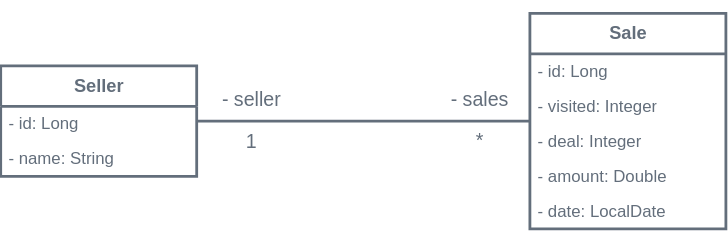
This is .assets/conceptual-model.svg from diegovinci/dsvendas, a draw.io export, as it was before one commit. Source tidied: cells renumbered, new cells last; positions are measured from the earlier drawing's top-left corner, leaving out a move shared by most shapes. Source of this version:
```xml
<mxGraphModel>
  <root>
    <mxCell id="0" />
    <mxCell id="1" parent="0" />
    <mxCell id="2" style="edgeStyle=orthogonalEdgeStyle;rounded=0;jettySize=auto;html=1;fontSize=14;fontColor=#636E7B;strokeWidth=2;endArrow=none;endFill=0;strokeColor=#636E7B;" parent="1" edge="1" source="7" target="10">
      <mxGeometry relative="1" as="geometry" />
    </mxCell>
    <mxCell id="3" value="- seller" style="edgeLabel;html=1;align=center;verticalAlign=middle;fontSize=14;fontColor=#636E7B;" parent="2" vertex="1">
      <mxGeometry x="-0.82" y="1" relative="1" as="geometry">
        <mxPoint x="17" y="-15" as="offset" />
      </mxGeometry>
    </mxCell>
    <mxCell id="4" value="1" style="edgeLabel;html=1;align=center;verticalAlign=middle;fontSize=14;fontColor=#636E7B;" parent="2" vertex="1">
      <mxGeometry x="-0.74" y="1" relative="1" as="geometry">
        <mxPoint x="7" y="15" as="offset" />
      </mxGeometry>
    </mxCell>
    <mxCell id="5" value="- sales" style="edgeLabel;html=1;align=center;verticalAlign=middle;fontSize=14;fontColor=#636E7B;" parent="2" vertex="1">
      <mxGeometry x="0.69" y="5" relative="1" as="geometry">
        <mxPoint y="-11" as="offset" />
      </mxGeometry>
    </mxCell>
    <mxCell id="6" value="*" style="edgeLabel;html=1;align=center;verticalAlign=middle;fontSize=14;fontColor=#636E7B;" parent="2" vertex="1">
      <mxGeometry x="0.69" relative="1" as="geometry">
        <mxPoint y="13" as="offset" />
      </mxGeometry>
    </mxCell>
    <mxCell id="7" value="&lt;font&gt;&lt;font style=&quot;font-size: 13px&quot;&gt;Seller&lt;/font&gt;&lt;br&gt;&lt;/font&gt;" style="swimlane;fontStyle=1;align=center;verticalAlign=bottom;horizontal=1;startSize=29;html=1;labelBackgroundColor=none;fontSize=30;strokeWidth=2;swimlaneLine=1;swimlaneFillColor=none;fillColor=none;fontColor=#636E7B;strokeColor=#636E7B;" parent="1" vertex="1">
      <mxGeometry y="37.5" width="140" height="79" as="geometry" />
    </mxCell>
    <mxCell id="8" value="&lt;font color=&quot;#636e7b&quot;&gt;- id: Long&lt;/font&gt;" style="text;html=1;strokeColor=none;fillColor=none;align=left;verticalAlign=middle;spacingLeft=4;spacingRight=4;overflow=hidden;" parent="7" vertex="1">
      <mxGeometry y="29" width="140" height="25" as="geometry" />
    </mxCell>
    <mxCell id="9" value="- name: String" style="text;html=1;strokeColor=none;fillColor=none;align=left;verticalAlign=middle;spacingLeft=4;spacingRight=4;overflow=hidden;fontColor=#636E7B;" parent="7" vertex="1">
      <mxGeometry y="54" width="140" height="25" as="geometry" />
    </mxCell>
    <mxCell id="10" value="&lt;font&gt;&lt;span style=&quot;font-size: 13px&quot;&gt;Sale&lt;/span&gt;&lt;br&gt;&lt;/font&gt;" style="swimlane;fontStyle=1;align=center;verticalAlign=bottom;horizontal=1;startSize=29;html=1;labelBackgroundColor=none;fontSize=30;strokeWidth=2;swimlaneLine=1;swimlaneFillColor=none;fillColor=none;fontColor=#636E7B;strokeColor=#636E7B;" parent="1" vertex="1">
      <mxGeometry x="378" width="140" height="154" as="geometry" />
    </mxCell>
    <mxCell id="11" value="- id: Long" style="text;html=1;strokeColor=none;fillColor=none;align=left;verticalAlign=middle;spacingLeft=4;spacingRight=4;overflow=hidden;fontColor=#636E7B;" parent="10" vertex="1">
      <mxGeometry y="29" width="140" height="25" as="geometry" />
    </mxCell>
    <mxCell id="12" value="- visited: Integer" style="text;html=1;strokeColor=none;fillColor=none;align=left;verticalAlign=middle;spacingLeft=4;spacingRight=4;overflow=hidden;fontColor=#636E7B;" parent="10" vertex="1">
      <mxGeometry y="54" width="140" height="25" as="geometry" />
    </mxCell>
    <mxCell id="13" value="- deal: Integer" style="text;html=1;strokeColor=none;fillColor=none;align=left;verticalAlign=middle;spacingLeft=4;spacingRight=4;overflow=hidden;fontColor=#636E7B;" parent="10" vertex="1">
      <mxGeometry y="79" width="140" height="25" as="geometry" />
    </mxCell>
    <mxCell id="14" value="- amount: Double" style="text;html=1;strokeColor=none;fillColor=none;align=left;verticalAlign=middle;spacingLeft=4;spacingRight=4;overflow=hidden;fontColor=#636E7B;" parent="10" vertex="1">
      <mxGeometry y="104" width="140" height="25" as="geometry" />
    </mxCell>
    <mxCell id="15" value="- date: LocalDate" style="text;html=1;strokeColor=none;fillColor=none;align=left;verticalAlign=middle;spacingLeft=4;spacingRight=4;overflow=hidden;fontColor=#636E7B;" parent="10" vertex="1">
      <mxGeometry y="129" width="140" height="25" as="geometry" />
    </mxCell>
  </root>
</mxGraphModel>
```
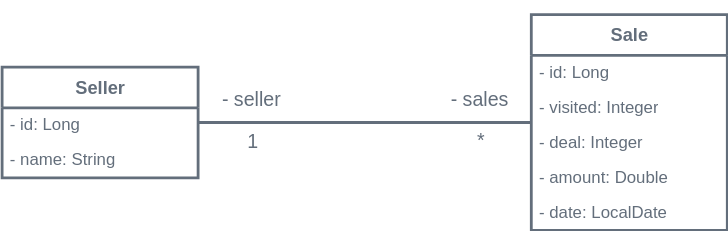
Above is the later version.

Commit message:
docs: update diagrams and cover image

Diff of the diagram source:
```diff
@@ -5,22 +5,22 @@
     <mxCell id="2" style="edgeStyle=orthogonalEdgeStyle;rounded=0;jettySize=auto;html=1;fontSize=14;fontColor=#636E7B;strokeWidth=2;endArrow=none;endFill=0;strokeColor=#636E7B;" parent="1" edge="1" source="7" target="10">
       <mxGeometry relative="1" as="geometry" />
     </mxCell>
-    <mxCell id="3" value="- seller" style="edgeLabel;html=1;align=center;verticalAlign=middle;fontSize=14;fontColor=#636E7B;" parent="2" vertex="1">
+    <mxCell id="3" value="- seller" style="edgeLabel;html=1;align=center;verticalAlign=middle;fontSize=14;fontColor=#636E7B;labelBackgroundColor=none;" parent="2" vertex="1">
       <mxGeometry x="-0.82" y="1" relative="1" as="geometry">
         <mxPoint x="17" y="-15" as="offset" />
       </mxGeometry>
     </mxCell>
-    <mxCell id="4" value="1" style="edgeLabel;html=1;align=center;verticalAlign=middle;fontSize=14;fontColor=#636E7B;" parent="2" vertex="1">
+    <mxCell id="4" value="1" style="edgeLabel;html=1;align=center;verticalAlign=middle;fontSize=14;fontColor=#636E7B;labelBackgroundColor=none;" parent="2" vertex="1">
       <mxGeometry x="-0.74" y="1" relative="1" as="geometry">
         <mxPoint x="7" y="15" as="offset" />
       </mxGeometry>
     </mxCell>
-    <mxCell id="5" value="- sales" style="edgeLabel;html=1;align=center;verticalAlign=middle;fontSize=14;fontColor=#636E7B;" parent="2" vertex="1">
+    <mxCell id="5" value="- sales" style="edgeLabel;html=1;align=center;verticalAlign=middle;fontSize=14;fontColor=#636E7B;labelBackgroundColor=none;" parent="2" vertex="1">
       <mxGeometry x="0.69" y="5" relative="1" as="geometry">
         <mxPoint y="-11" as="offset" />
       </mxGeometry>
     </mxCell>
-    <mxCell id="6" value="*" style="edgeLabel;html=1;align=center;verticalAlign=middle;fontSize=14;fontColor=#636E7B;" parent="2" vertex="1">
+    <mxCell id="6" value="*" style="edgeLabel;html=1;align=center;verticalAlign=middle;fontSize=14;fontColor=#636E7B;labelBackgroundColor=none;" parent="2" vertex="1">
       <mxGeometry x="0.69" relative="1" as="geometry">
         <mxPoint y="13" as="offset" />
       </mxGeometry>
@@ -34,7 +34,7 @@
     <mxCell id="9" value="- name: String" style="text;html=1;strokeColor=none;fillColor=none;align=left;verticalAlign=middle;spacingLeft=4;spacingRight=4;overflow=hidden;fontColor=#636E7B;" parent="7" vertex="1">
       <mxGeometry y="54" width="140" height="25" as="geometry" />
     </mxCell>
-    <mxCell id="10" value="&lt;font&gt;&lt;span style=&quot;font-size: 13px&quot;&gt;Sale&lt;/span&gt;&lt;br&gt;&lt;/font&gt;" style="swimlane;fontStyle=1;align=center;verticalAlign=bottom;horizontal=1;startSize=29;html=1;labelBackgroundColor=none;fontSize=30;strokeWidth=2;swimlaneLine=1;swimlaneFillColor=none;fillColor=none;fontColor=#636E7B;strokeColor=#636E7B;" parent="1" vertex="1">
+    <mxCell id="10" value="&lt;font&gt;&lt;font style=&quot;font-size: 13px&quot;&gt;Sale&lt;/font&gt;&lt;br&gt;&lt;/font&gt;" style="swimlane;fontStyle=1;align=center;verticalAlign=bottom;horizontal=1;startSize=29;html=1;labelBackgroundColor=none;fontSize=30;strokeWidth=2;swimlaneLine=1;swimlaneFillColor=none;fillColor=none;fontColor=#636E7B;strokeColor=#636E7B;" parent="1" vertex="1">
       <mxGeometry x="378" width="140" height="154" as="geometry" />
     </mxCell>
     <mxCell id="11" value="- id: Long" style="text;html=1;strokeColor=none;fillColor=none;align=left;verticalAlign=middle;spacingLeft=4;spacingRight=4;overflow=hidden;fontColor=#636E7B;" parent="10" vertex="1">
```
